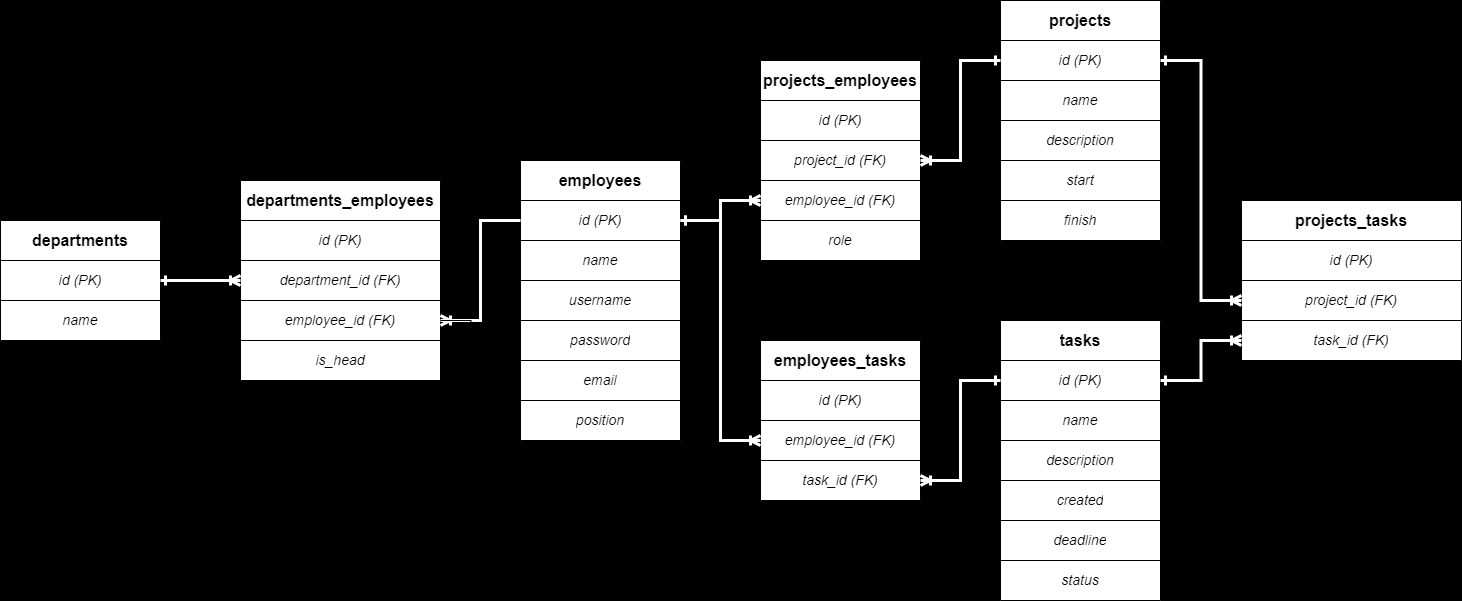
robertazizyan/python_ems keeps this draw.io diagram as schema.png. Above is the earlier version. Source tidied: cells renumbered, new cells last; positions are measured from the earlier drawing's top-left corner, leaving out a move shared by most shapes.
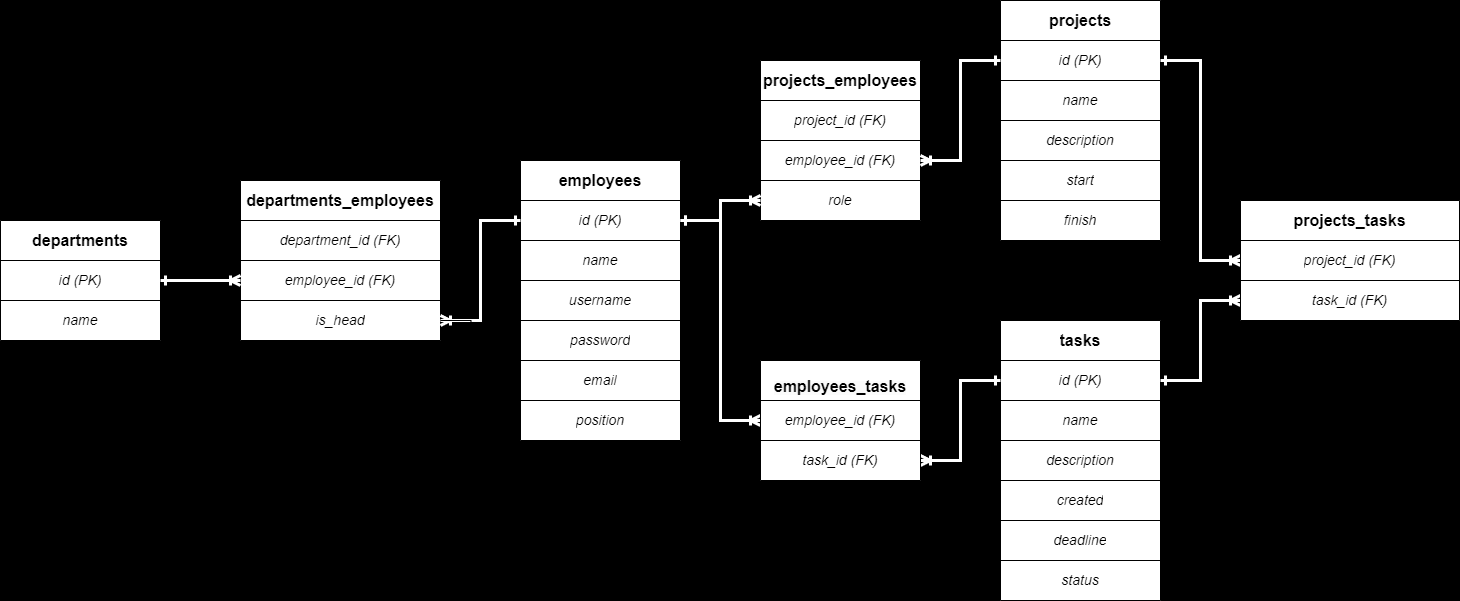
After the commit.

Commit message:
Updated schema, Fixed the bugs in procedures

Change to the diagram source:
```diff
@@ -80,19 +80,19 @@
     <mxCell id="27" style="shape=tableRow;horizontal=0;startSize=0;swimlaneHead=0;swimlaneBody=0;strokeColor=inherit;top=0;left=0;bottom=0;right=0;fillColor=none;" parent="24" vertex="1">
       <mxGeometry y="40" width="200" height="40" as="geometry" />
     </mxCell>
-    <mxCell id="28" value="id (PK)" style="shape=partialRectangle;html=1;whiteSpace=wrap;strokeColor=inherit;overflow=hidden;fillColor=none;top=0;left=0;bottom=0;right=0;fontSize=14;fontStyle=2;" parent="27" vertex="1">
+    <mxCell id="28" value="department_id (FK)" style="shape=partialRectangle;html=1;whiteSpace=wrap;strokeColor=inherit;overflow=hidden;fillColor=none;top=0;left=0;bottom=0;right=0;fontSize=14;fontStyle=2;" parent="27" vertex="1">
       <mxGeometry width="200" height="40" as="geometry" />
     </mxCell>
     <mxCell id="29" style="shape=tableRow;horizontal=0;startSize=0;swimlaneHead=0;swimlaneBody=0;strokeColor=inherit;top=0;left=0;bottom=0;right=0;fillColor=none;points=[[0,0.5],[1,0.5]];portConstraint=eastwest;" parent="24" vertex="1">
       <mxGeometry y="80" width="200" height="40" as="geometry" />
     </mxCell>
-    <mxCell id="30" value="department_id (FK)" style="shape=partialRectangle;html=1;whiteSpace=wrap;strokeColor=inherit;overflow=hidden;fillColor=none;top=0;left=0;bottom=0;right=0;fontSize=14;fontStyle=2;" parent="29" vertex="1">
+    <mxCell id="30" value="employee_id (FK)" style="shape=partialRectangle;html=1;whiteSpace=wrap;strokeColor=inherit;overflow=hidden;fillColor=none;top=0;left=0;bottom=0;right=0;fontSize=14;fontStyle=2;" parent="29" vertex="1">
       <mxGeometry width="200" height="40" as="geometry" />
     </mxCell>
     <mxCell id="31" style="shape=tableRow;horizontal=0;startSize=0;swimlaneHead=0;swimlaneBody=0;strokeColor=inherit;top=0;left=0;bottom=0;right=0;fillColor=none;points=[[0,0.5],[1,0.5]];portConstraint=eastwest;" parent="24" vertex="1">
       <mxGeometry y="120" width="200" height="40" as="geometry" />
     </mxCell>
-    <mxCell id="32" value="employee_id (FK)" style="shape=partialRectangle;html=1;whiteSpace=wrap;strokeColor=inherit;overflow=hidden;fillColor=none;top=0;left=0;bottom=0;right=0;fontSize=14;fontStyle=2;" parent="31" vertex="1">
+    <mxCell id="32" value="&lt;i style=&quot;border-color: var(--border-color);&quot;&gt;is_head&lt;/i&gt;" style="shape=partialRectangle;html=1;whiteSpace=wrap;strokeColor=inherit;overflow=hidden;fillColor=none;top=0;left=0;bottom=0;right=0;fontSize=14;fontStyle=2;" parent="31" vertex="1">
       <mxGeometry width="200" height="40" as="geometry" />
     </mxCell>
     <mxCell id="33" style="shape=table;startSize=0;" parent="1" vertex="1">
@@ -146,19 +146,19 @@
     <mxCell id="49" style="shape=tableRow;horizontal=0;startSize=0;swimlaneHead=0;swimlaneBody=0;strokeColor=inherit;top=0;left=0;bottom=0;right=0;fillColor=none;" parent="46" vertex="1">
       <mxGeometry y="40" width="160" height="40" as="geometry" />
     </mxCell>
-    <mxCell id="50" value="id (PK)" style="shape=partialRectangle;html=1;whiteSpace=wrap;strokeColor=inherit;overflow=hidden;fillColor=none;top=0;left=0;bottom=0;right=0;fontSize=14;fontStyle=2;" parent="49" vertex="1">
+    <mxCell id="50" value="project_id (FK)" style="shape=partialRectangle;html=1;whiteSpace=wrap;strokeColor=inherit;overflow=hidden;fillColor=none;top=0;left=0;bottom=0;right=0;fontSize=14;fontStyle=2;" parent="49" vertex="1">
       <mxGeometry width="160" height="40" as="geometry" />
     </mxCell>
     <mxCell id="51" style="shape=tableRow;horizontal=0;startSize=0;swimlaneHead=0;swimlaneBody=0;strokeColor=inherit;top=0;left=0;bottom=0;right=0;fillColor=none;points=[[0,0.5],[1,0.5]];portConstraint=eastwest;" parent="46" vertex="1">
       <mxGeometry y="80" width="160" height="40" as="geometry" />
     </mxCell>
-    <mxCell id="52" value="project_id (FK)" style="shape=partialRectangle;html=1;whiteSpace=wrap;strokeColor=inherit;overflow=hidden;fillColor=none;top=0;left=0;bottom=0;right=0;fontSize=14;fontStyle=2;" parent="51" vertex="1">
+    <mxCell id="52" value="employee_id (FK)" style="shape=partialRectangle;html=1;whiteSpace=wrap;strokeColor=inherit;overflow=hidden;fillColor=none;top=0;left=0;bottom=0;right=0;fontSize=14;fontStyle=2;" parent="51" vertex="1">
       <mxGeometry width="160" height="40" as="geometry" />
     </mxCell>
     <mxCell id="53" style="shape=tableRow;horizontal=0;startSize=0;swimlaneHead=0;swimlaneBody=0;strokeColor=inherit;top=0;left=0;bottom=0;right=0;fillColor=none;points=[[0,0.5],[1,0.5]];portConstraint=eastwest;" parent="46" vertex="1">
       <mxGeometry y="120" width="160" height="40" as="geometry" />
     </mxCell>
-    <mxCell id="54" value="employee_id (FK)" style="shape=partialRectangle;html=1;whiteSpace=wrap;strokeColor=inherit;overflow=hidden;fillColor=none;top=0;left=0;bottom=0;right=0;fontSize=14;fontStyle=2;" parent="53" vertex="1">
+    <mxCell id="54" value="&lt;i style=&quot;border-color: var(--border-color);&quot;&gt;role&lt;/i&gt;" style="shape=partialRectangle;html=1;whiteSpace=wrap;strokeColor=inherit;overflow=hidden;fillColor=none;top=0;left=0;bottom=0;right=0;fontSize=14;fontStyle=2;" parent="53" vertex="1">
       <mxGeometry width="160" height="40" as="geometry" />
     </mxCell>
     <mxCell id="55" style="shape=table;startSize=0;" parent="1" vertex="1">
@@ -206,64 +206,10 @@
     <mxCell id="69" value="status" style="shape=partialRectangle;html=1;whiteSpace=wrap;strokeColor=inherit;overflow=hidden;fillColor=none;top=0;left=0;bottom=0;right=0;fontSize=14;fontStyle=2;" parent="68" vertex="1">
       <mxGeometry width="160" height="40" as="geometry" />
     </mxCell>
-    <mxCell id="70" style="shape=table;startSize=0;" parent="1" vertex="1">
-      <mxGeometry x="1241" y="200" width="220" height="160" as="geometry" />
-    </mxCell>
-    <mxCell id="71" style="shape=tableRow;horizontal=0;startSize=0;swimlaneHead=0;swimlaneBody=0;strokeColor=inherit;top=0;left=0;bottom=0;right=0;fillColor=none;" parent="70" vertex="1">
-      <mxGeometry width="220" height="40" as="geometry" />
-    </mxCell>
-    <mxCell id="72" value="&lt;b&gt;&lt;font style=&quot;font-size: 16px;&quot;&gt;projects_tasks&lt;/font&gt;&lt;/b&gt;" style="shape=partialRectangle;html=1;whiteSpace=wrap;strokeColor=inherit;overflow=hidden;fillColor=none;top=0;left=0;bottom=0;right=0;" parent="71" vertex="1">
-      <mxGeometry width="220" height="40" as="geometry" />
-    </mxCell>
-    <mxCell id="73" style="shape=tableRow;horizontal=0;startSize=0;swimlaneHead=0;swimlaneBody=0;strokeColor=inherit;top=0;left=0;bottom=0;right=0;fillColor=none;" parent="70" vertex="1">
-      <mxGeometry y="40" width="220" height="40" as="geometry" />
-    </mxCell>
-    <mxCell id="74" value="id (PK)" style="shape=partialRectangle;html=1;whiteSpace=wrap;strokeColor=inherit;overflow=hidden;fillColor=none;top=0;left=0;bottom=0;right=0;fontSize=14;fontStyle=2;" parent="73" vertex="1">
-      <mxGeometry width="220" height="40" as="geometry" />
-    </mxCell>
-    <mxCell id="75" style="shape=tableRow;horizontal=0;startSize=0;swimlaneHead=0;swimlaneBody=0;strokeColor=inherit;top=0;left=0;bottom=0;right=0;fillColor=none;points=[[0,0.5],[1,0.5]];portConstraint=eastwest;" parent="70" vertex="1">
-      <mxGeometry y="80" width="220" height="40" as="geometry" />
-    </mxCell>
-    <mxCell id="76" value="project_id (FK)" style="shape=partialRectangle;html=1;whiteSpace=wrap;strokeColor=inherit;overflow=hidden;fillColor=none;top=0;left=0;bottom=0;right=0;fontSize=14;fontStyle=2;" parent="75" vertex="1">
-      <mxGeometry width="220" height="40" as="geometry" />
-    </mxCell>
-    <mxCell id="77" style="shape=tableRow;horizontal=0;startSize=0;swimlaneHead=0;swimlaneBody=0;strokeColor=inherit;top=0;left=0;bottom=0;right=0;fillColor=none;points=[[0,0.5],[1,0.5]];portConstraint=eastwest;" parent="70" vertex="1">
-      <mxGeometry y="120" width="220" height="40" as="geometry" />
-    </mxCell>
-    <mxCell id="78" value="task_id (FK)" style="shape=partialRectangle;html=1;whiteSpace=wrap;strokeColor=inherit;overflow=hidden;fillColor=none;top=0;left=0;bottom=0;right=0;fontSize=14;fontStyle=2;" parent="77" vertex="1">
-      <mxGeometry width="220" height="40" as="geometry" />
-    </mxCell>
-    <mxCell id="79" style="shape=table;startSize=0;" parent="1" vertex="1">
-      <mxGeometry x="760" y="340" width="160" height="160" as="geometry" />
-    </mxCell>
-    <mxCell id="80" style="shape=tableRow;horizontal=0;startSize=0;swimlaneHead=0;swimlaneBody=0;strokeColor=inherit;top=0;left=0;bottom=0;right=0;fillColor=none;" parent="79" vertex="1">
-      <mxGeometry width="160" height="40" as="geometry" />
-    </mxCell>
-    <mxCell id="81" value="&lt;b&gt;&lt;font style=&quot;font-size: 16px;&quot;&gt;employees_tasks&lt;/font&gt;&lt;/b&gt;" style="shape=partialRectangle;html=1;whiteSpace=wrap;strokeColor=inherit;overflow=hidden;fillColor=none;top=0;left=0;bottom=0;right=0;" parent="80" vertex="1">
-      <mxGeometry width="160" height="40" as="geometry" />
-    </mxCell>
-    <mxCell id="82" style="shape=tableRow;horizontal=0;startSize=0;swimlaneHead=0;swimlaneBody=0;strokeColor=inherit;top=0;left=0;bottom=0;right=0;fillColor=none;points=[[0,0.5],[1,0.5]];portConstraint=eastwest;" parent="79" vertex="1">
-      <mxGeometry y="40" width="160" height="40" as="geometry" />
-    </mxCell>
-    <mxCell id="83" value="id (PK)" style="shape=partialRectangle;html=1;whiteSpace=wrap;strokeColor=inherit;overflow=hidden;fillColor=none;top=0;left=0;bottom=0;right=0;fontSize=14;fontStyle=2;" parent="82" vertex="1">
-      <mxGeometry width="160" height="40" as="geometry" />
-    </mxCell>
-    <mxCell id="84" style="shape=tableRow;horizontal=0;startSize=0;swimlaneHead=0;swimlaneBody=0;strokeColor=inherit;top=0;left=0;bottom=0;right=0;fillColor=none;points=[[0,0.5],[1,0.5]];portConstraint=eastwest;" parent="79" vertex="1">
-      <mxGeometry y="80" width="160" height="40" as="geometry" />
-    </mxCell>
-    <mxCell id="85" value="employee_id (FK)" style="shape=partialRectangle;html=1;whiteSpace=wrap;strokeColor=inherit;overflow=hidden;fillColor=none;top=0;left=0;bottom=0;right=0;fontSize=14;fontStyle=2;" parent="84" vertex="1">
-      <mxGeometry width="160" height="40" as="geometry" />
-    </mxCell>
-    <mxCell id="86" style="shape=tableRow;horizontal=0;startSize=0;swimlaneHead=0;swimlaneBody=0;strokeColor=inherit;top=0;left=0;bottom=0;right=0;fillColor=none;points=[[0,0.5],[1,0.5]];portConstraint=eastwest;" parent="79" vertex="1">
-      <mxGeometry y="120" width="160" height="40" as="geometry" />
-    </mxCell>
-    <mxCell id="87" value="task_id (FK)" style="shape=partialRectangle;html=1;whiteSpace=wrap;strokeColor=inherit;overflow=hidden;fillColor=none;top=0;left=0;bottom=0;right=0;fontSize=14;fontStyle=2;" parent="86" vertex="1">
-      <mxGeometry width="160" height="40" as="geometry" />
-    </mxCell>
     <mxCell id="88" style="edgeStyle=orthogonalEdgeStyle;rounded=0;jettySize=auto;html=1;exitX=1;exitY=0.5;exitDx=0;exitDy=0;entryX=0;entryY=0.5;entryDx=0;entryDy=0;endArrow=ERoneToMany;endFill=0;spacing=16;fontSize=21;strokeWidth=3;strokeColor=#FFFFFF;startArrow=ERone;startFill=0;" parent="1" edge="1" source="5" target="29">
       <mxGeometry relative="1" as="geometry" />
     </mxCell>
-    <mxCell id="89" style="edgeStyle=orthogonalEdgeStyle;rounded=0;jettySize=auto;html=1;exitX=0;exitY=0.5;exitDx=0;exitDy=0;entryX=1;entryY=0.5;entryDx=0;entryDy=0;endArrow=ERoneToMany;endFill=0;spacing=16;fontSize=21;strokeWidth=3;strokeColor=#FFFFFF;" parent="1" edge="1" source="12" target="31">
+    <mxCell id="89" style="edgeStyle=orthogonalEdgeStyle;rounded=0;jettySize=auto;html=1;exitX=0;exitY=0.5;exitDx=0;exitDy=0;entryX=1;entryY=0.5;entryDx=0;entryDy=0;endArrow=ERoneToMany;endFill=0;spacing=16;fontSize=21;strokeWidth=3;strokeColor=#FFFFFF;startArrow=ERone;startFill=0;" parent="1" edge="1" source="12" target="31">
       <mxGeometry relative="1" as="geometry" />
     </mxCell>
     <mxCell id="90" style="edgeStyle=orthogonalEdgeStyle;rounded=0;jettySize=auto;html=1;exitX=1;exitY=0.5;exitDx=0;exitDy=0;entryX=0;entryY=0.5;entryDx=0;entryDy=0;endArrow=ERoneToMany;endFill=0;spacing=16;fontSize=21;strokeWidth=3;strokeColor=#FFFFFF;startArrow=ERone;startFill=0;" parent="1" edge="1" source="12" target="53">
@@ -272,33 +218,79 @@
     <mxCell id="91" style="edgeStyle=orthogonalEdgeStyle;rounded=0;jettySize=auto;html=1;exitX=0;exitY=0.5;exitDx=0;exitDy=0;entryX=1;entryY=0.5;entryDx=0;entryDy=0;endArrow=ERoneToMany;endFill=0;spacing=16;fontSize=21;strokeWidth=3;strokeColor=#FFFFFF;startArrow=ERone;startFill=0;" parent="1" edge="1" source="36" target="51">
       <mxGeometry relative="1" as="geometry" />
     </mxCell>
-    <mxCell id="92" style="edgeStyle=orthogonalEdgeStyle;rounded=0;jettySize=auto;html=1;exitX=1;exitY=0.5;exitDx=0;exitDy=0;entryX=0;entryY=0.5;entryDx=0;entryDy=0;endArrow=ERoneToMany;endFill=0;spacing=16;fontSize=21;strokeWidth=3;strokeColor=#FFFFFF;startArrow=ERone;startFill=0;" parent="1" edge="1" source="36" target="75">
-      <mxGeometry relative="1" as="geometry" />
+    <mxCell id="92" style="edgeStyle=orthogonalEdgeStyle;rounded=0;jettySize=auto;html=1;exitX=1;exitY=0.5;exitDx=0;exitDy=0;endArrow=ERoneToMany;endFill=0;spacing=16;fontSize=21;strokeWidth=3;strokeColor=#FFFFFF;startArrow=ERone;startFill=0;entryX=0;entryY=0.5;entryDx=0;entryDy=0;" parent="1" edge="1" source="36" target="102">
+      <mxGeometry relative="1" as="geometry">
+        <Array as="points">
+          <mxPoint x="1200" y="60" />
+          <mxPoint x="1200" y="260" />
+        </Array>
+      </mxGeometry>
     </mxCell>
-    <mxCell id="93" style="edgeStyle=orthogonalEdgeStyle;rounded=0;jettySize=auto;html=1;exitX=1;exitY=0.5;exitDx=0;exitDy=0;entryX=0;entryY=0.5;entryDx=0;entryDy=0;endArrow=ERoneToMany;endFill=0;spacing=16;fontSize=21;strokeWidth=3;strokeColor=#FFFFFF;startArrow=ERone;startFill=0;" parent="1" edge="1" source="58" target="77">
+    <mxCell id="93" style="edgeStyle=orthogonalEdgeStyle;rounded=0;jettySize=auto;html=1;exitX=1;exitY=0.5;exitDx=0;exitDy=0;endArrow=ERoneToMany;endFill=0;spacing=16;fontSize=21;strokeWidth=3;strokeColor=#FFFFFF;startArrow=ERone;startFill=0;entryX=0;entryY=0.5;entryDx=0;entryDy=0;" parent="1" edge="1" source="58" target="103">
       <mxGeometry relative="1" as="geometry" />
     </mxCell>
-    <mxCell id="94" style="edgeStyle=orthogonalEdgeStyle;rounded=0;jettySize=auto;html=1;exitX=0;exitY=0.5;exitDx=0;exitDy=0;entryX=1;entryY=0.5;entryDx=0;entryDy=0;endArrow=ERoneToMany;endFill=0;spacing=16;fontSize=21;strokeWidth=3;strokeColor=#FFFFFF;startArrow=ERone;startFill=0;" parent="1" edge="1" source="58" target="86">
-      <mxGeometry relative="1" as="geometry" />
+    <mxCell id="94" style="edgeStyle=orthogonalEdgeStyle;rounded=0;jettySize=auto;html=1;exitX=0;exitY=0.5;exitDx=0;exitDy=0;endArrow=ERoneToMany;endFill=0;spacing=16;fontSize=21;strokeWidth=3;strokeColor=#FFFFFF;startArrow=ERone;startFill=0;entryX=1;entryY=0.5;entryDx=0;entryDy=0;" parent="1" edge="1" source="58" target="84">
+      <mxGeometry relative="1" as="geometry">
+        <Array as="points">
+          <mxPoint x="960" y="380" />
+          <mxPoint x="960" y="460" />
+        </Array>
+      </mxGeometry>
     </mxCell>
-    <mxCell id="95" style="edgeStyle=orthogonalEdgeStyle;rounded=0;jettySize=auto;html=1;exitX=1;exitY=0.5;exitDx=0;exitDy=0;entryX=0;entryY=0.5;entryDx=0;entryDy=0;endArrow=ERoneToMany;endFill=0;spacing=16;fontSize=21;strokeWidth=3;strokeColor=#FFFFFF;startArrow=ERone;startFill=0;" parent="1" edge="1" source="12" target="84">
+    <mxCell id="95" style="edgeStyle=orthogonalEdgeStyle;rounded=0;jettySize=auto;html=1;exitX=1;exitY=0.5;exitDx=0;exitDy=0;entryX=0;entryY=0.5;entryDx=0;entryDy=0;endArrow=ERoneToMany;endFill=0;spacing=16;fontSize=21;strokeWidth=3;strokeColor=#FFFFFF;startArrow=ERone;startFill=0;" parent="1" edge="1" source="12" target="82">
       <mxGeometry relative="1" as="geometry">
         <Array as="points">
           <mxPoint x="720" y="220" />
-          <mxPoint x="720" y="440" />
+          <mxPoint x="720" y="420" />
         </Array>
       </mxGeometry>
     </mxCell>
-    <mxCell id="96" value="&lt;font style=&quot;font-size: 14px;&quot;&gt;&lt;i&gt;role&lt;/i&gt;&lt;/font&gt;" style="rounded=0;whiteSpace=wrap;html=1;" parent="1" vertex="1">
-      <mxGeometry x="760" y="220" width="160" height="40" as="geometry" />
-    </mxCell>
     <mxCell id="97" style="edgeStyle=orthogonalEdgeStyle;rounded=0;jettySize=auto;html=1;" parent="1" edge="1" source="31">
       <mxGeometry relative="1" as="geometry">
         <mxPoint x="470" y="410" as="targetPoint" />
       </mxGeometry>
     </mxCell>
-    <mxCell id="98" value="&lt;font style=&quot;font-size: 14px;&quot;&gt;&lt;i&gt;is_head&lt;/i&gt;&lt;/font&gt;" style="whiteSpace=wrap;html=1;" parent="1" vertex="1">
-      <mxGeometry x="240" y="340" width="200" height="40" as="geometry" />
-    </mxCell>
+    <mxCell id="99" style="shape=table;startSize=0;" parent="1" vertex="1">
+      <mxGeometry x="760" y="360" width="160" height="120" as="geometry" />
+    </mxCell>
+    <mxCell id="80" style="shape=tableRow;horizontal=0;startSize=0;swimlaneHead=0;swimlaneBody=0;strokeColor=inherit;top=0;left=0;bottom=0;right=0;fillColor=none;" parent="99" vertex="1">
+      <mxGeometry width="160" height="40" as="geometry" />
+    </mxCell>
+    <mxCell id="81" value="&#10;&lt;b style=&quot;border-color: var(--border-color); color: rgb(0, 0, 0); font-family: Helvetica; font-size: 12px; font-style: normal; font-variant-ligatures: normal; font-variant-caps: normal; letter-spacing: normal; orphans: 2; text-align: center; text-indent: 0px; text-transform: none; widows: 2; word-spacing: 0px; -webkit-text-stroke-width: 0px; background-color: rgb(251, 251, 251); text-decoration-thickness: initial; text-decoration-style: initial; text-decoration-color: initial;&quot;&gt;&lt;font style=&quot;border-color: var(--border-color); font-size: 16px;&quot;&gt;employees_tasks&lt;/font&gt;&lt;/b&gt;&#10;&#10;" style="shape=partialRectangle;html=1;whiteSpace=wrap;strokeColor=inherit;overflow=hidden;fillColor=none;top=0;left=0;bottom=0;right=0;" parent="80" vertex="1">
+      <mxGeometry width="160" height="40" as="geometry" />
+    </mxCell>
+    <mxCell id="82" style="shape=tableRow;horizontal=0;startSize=0;swimlaneHead=0;swimlaneBody=0;strokeColor=inherit;top=0;left=0;bottom=0;right=0;fillColor=none;points=[[0,0.5],[1,0.5]];portConstraint=eastwest;" parent="99" vertex="1">
+      <mxGeometry y="40" width="160" height="40" as="geometry" />
+    </mxCell>
+    <mxCell id="85" value="employee_id (FK)" style="shape=partialRectangle;html=1;whiteSpace=wrap;strokeColor=inherit;overflow=hidden;fillColor=none;top=0;left=0;bottom=0;right=0;fontSize=14;fontStyle=2;" parent="82" vertex="1">
+      <mxGeometry width="160" height="40" as="geometry" />
+    </mxCell>
+    <mxCell id="84" style="shape=tableRow;horizontal=0;startSize=0;swimlaneHead=0;swimlaneBody=0;strokeColor=inherit;top=0;left=0;bottom=0;right=0;fillColor=none;points=[[0,0.5],[1,0.5]];portConstraint=eastwest;" parent="99" vertex="1">
+      <mxGeometry y="80" width="160" height="40" as="geometry" />
+    </mxCell>
+    <mxCell id="87" value="task_id (FK)" style="shape=partialRectangle;html=1;whiteSpace=wrap;strokeColor=inherit;overflow=hidden;fillColor=none;top=0;left=0;bottom=0;right=0;fontSize=14;fontStyle=2;" parent="84" vertex="1">
+      <mxGeometry width="160" height="40" as="geometry" />
+    </mxCell>
+    <mxCell id="100" style="shape=table;startSize=0;" parent="1" vertex="1">
+      <mxGeometry x="1240" y="200" width="219" height="120" as="geometry" />
+    </mxCell>
+    <mxCell id="101" style="shape=tableRow;horizontal=0;startSize=0;swimlaneHead=0;swimlaneBody=0;strokeColor=inherit;top=0;left=0;bottom=0;right=0;fillColor=none;" parent="100" vertex="1">
+      <mxGeometry width="219" height="40" as="geometry" />
+    </mxCell>
+    <mxCell id="72" value="&lt;b style=&quot;border-color: var(--border-color);&quot;&gt;&lt;font style=&quot;border-color: var(--border-color); font-size: 16px;&quot;&gt;projects_tasks&lt;/font&gt;&lt;/b&gt;" style="shape=partialRectangle;html=1;whiteSpace=wrap;strokeColor=inherit;overflow=hidden;fillColor=none;top=0;left=0;bottom=0;right=0;" parent="101" vertex="1">
+      <mxGeometry width="219" height="40" as="geometry" />
+    </mxCell>
+    <mxCell id="102" style="shape=tableRow;horizontal=0;startSize=0;swimlaneHead=0;swimlaneBody=0;strokeColor=inherit;top=0;left=0;bottom=0;right=0;fillColor=none;points=[[0,0.5],[1,0.5]];portConstraint=eastwest;" parent="100" vertex="1">
+      <mxGeometry y="40" width="219" height="40" as="geometry" />
+    </mxCell>
+    <mxCell id="76" value="&lt;i&gt;&lt;font style=&quot;font-size: 14px;&quot;&gt;project_id (FK)&lt;/font&gt;&lt;/i&gt;" style="shape=partialRectangle;html=1;whiteSpace=wrap;strokeColor=inherit;overflow=hidden;fillColor=none;top=0;left=0;bottom=0;right=0;" parent="102" vertex="1">
+      <mxGeometry width="219" height="40" as="geometry" />
+    </mxCell>
+    <mxCell id="103" style="shape=tableRow;horizontal=0;startSize=0;swimlaneHead=0;swimlaneBody=0;strokeColor=inherit;top=0;left=0;bottom=0;right=0;fillColor=none;points=[[0,0.5],[1,0.5]];portConstraint=eastwest;" parent="100" vertex="1">
+      <mxGeometry y="80" width="219" height="40" as="geometry" />
+    </mxCell>
+    <mxCell id="78" value="&lt;i&gt;&lt;font style=&quot;font-size: 14px;&quot;&gt;task_id (FK)&lt;/font&gt;&lt;/i&gt;" style="shape=partialRectangle;html=1;whiteSpace=wrap;strokeColor=inherit;overflow=hidden;fillColor=none;top=0;left=0;bottom=0;right=0;" parent="103" vertex="1">
+      <mxGeometry width="219" height="40" as="geometry" />
+    </mxCell>
   </root>
 </mxGraphModel>
```
